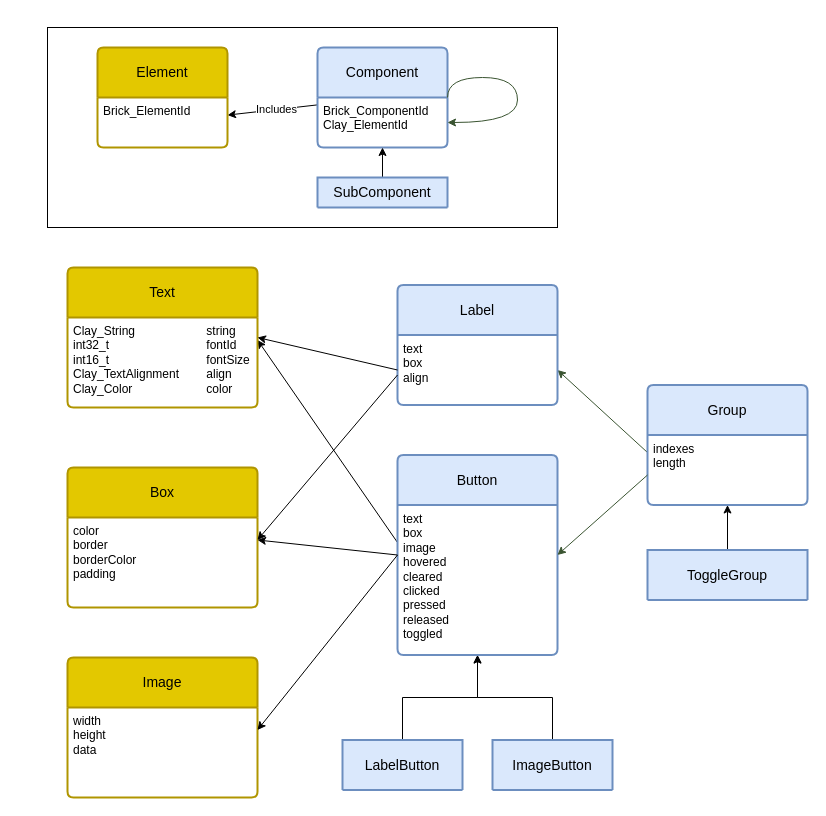
Before: docs/brick_component_diagram.drawio in proc0/brick, a draw.io diagram. Source tidied: cells renumbered, new cells numbered last; positions are measured from the earlier drawing's top-left corner, leaving out a move shared by most shapes. Both pictures are drawn from the tidied source at 100%, with x=0, y=0 at pixel (47, 27).
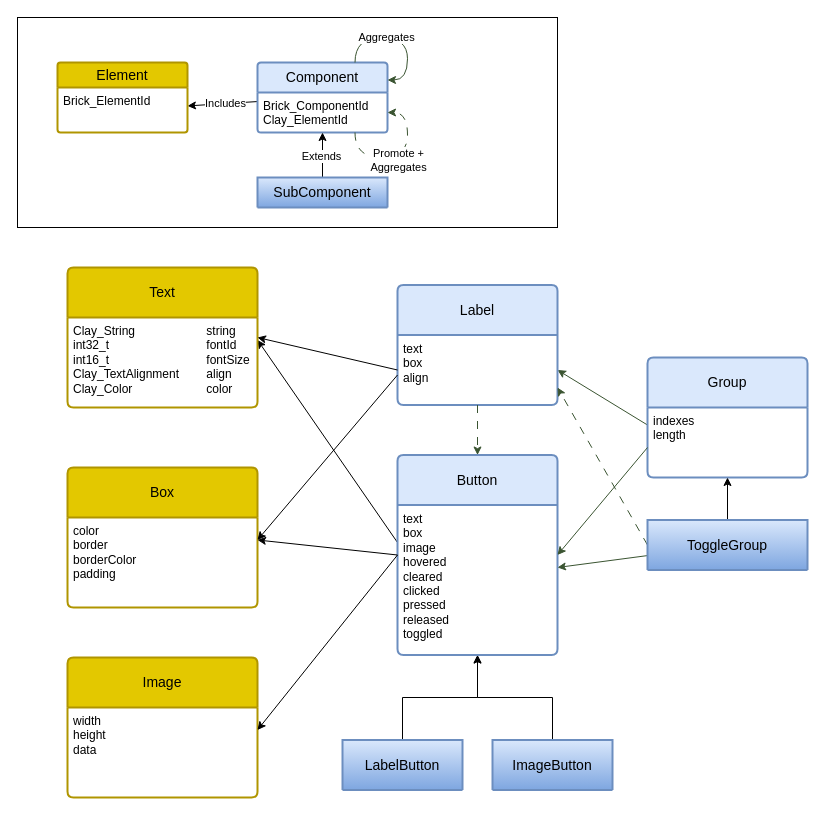
The same diagram, later.

Commit message (it also covers changes not shown here):
adding Text style fields and using them in LayoutText

The change refers to these unchanged cells:
```xml
<mxCell id="12" value="Label" style="swimlane;horizontal=1;startSize=50;rounded=1;fontSize=14;fontStyle=0;strokeWidth=2;shadow=0;dashed=0;align=center;arcSize=4;whiteSpace=wrap;html=1;fillColor=#dae8fc;strokeColor=#6c8ebf;" parent="1" vertex="1">
  <mxGeometry x="350" y="257.5" width="160" height="120" as="geometry" />
</mxCell>
<mxCell id="13" value="text&lt;br&gt;box&lt;br&gt;align" style="align=left;strokeColor=none;fillColor=none;spacingLeft=4;spacingRight=4;fontSize=12;verticalAlign=top;html=1;whiteSpace=wrap;" parent="12" vertex="1">
  <mxGeometry y="50" width="160" height="70" as="geometry" />
</mxCell>
<mxCell id="15" value="Button" style="swimlane;horizontal=1;startSize=50;rounded=1;fontSize=14;fontStyle=0;strokeWidth=2;shadow=0;dashed=0;align=center;arcSize=4;whiteSpace=wrap;html=1;fillColor=#dae8fc;strokeColor=#6c8ebf;" parent="1" vertex="1">
  <mxGeometry x="350" y="427.5" width="160" height="200" as="geometry" />
</mxCell>
<mxCell id="16" value="&lt;div&gt;&lt;span style=&quot;background-color: transparent; color: light-dark(rgb(0, 0, 0), rgb(255, 255, 255));&quot;&gt;text&lt;br&gt;box&lt;br&gt;image&lt;br&gt;hovered&lt;/span&gt;&lt;/div&gt;&lt;div&gt;cleared&lt;/div&gt;&lt;div&gt;clicked&lt;/div&gt;&lt;div&gt;pressed&lt;/div&gt;&lt;div&gt;released&lt;/div&gt;&lt;div&gt;toggled&lt;/div&gt;" style="align=left;strokeColor=none;fillColor=none;spacingLeft=4;spacingRight=4;fontSize=12;verticalAlign=top;html=1;whiteSpace=wrap;" parent="15" vertex="1">
  <mxGeometry y="50" width="160" height="150" as="geometry" />
</mxCell>
<mxCell id="34" style="edgeStyle=orthogonalEdgeStyle;rounded=0;jettySize=auto;html=1;" parent="1" edge="1" source="35" target="6">
  <mxGeometry relative="1" as="geometry" />
</mxCell>
```

The edit, as a diff of the source:
```diff
@@
     <mxCell id="2" style="rounded=0;whiteSpace=wrap;html=1;" parent="1" vertex="1">
-      <mxGeometry width="510" height="200" as="geometry" />
+      <mxGeometry x="-30" y="-10" width="540" height="210" as="geometry" />
     </mxCell>
@@
-    <mxCell id="5" value="Component" style="swimlane;horizontal=1;startSize=50;rounded=1;fontSize=14;fontStyle=0;strokeWidth=2;shadow=0;dashed=0;align=center;arcSize=4;whiteSpace=wrap;html=1;fillColor=#dae8fc;strokeColor=#6c8ebf;" parent="1" vertex="1">
-      <mxGeometry x="270" y="20" width="130" height="100" as="geometry" />
+    <mxCell id="5" value="Component" style="swimlane;horizontal=1;startSize=30;rounded=1;fontSize=14;fontStyle=0;strokeWidth=2;shadow=0;dashed=0;align=center;arcSize=4;whiteSpace=wrap;html=1;fillColor=#dae8fc;strokeColor=#6c8ebf;" parent="1" vertex="1">
+      <mxGeometry x="210" y="35" width="130" height="70" as="geometry" />
     </mxCell>
     <mxCell id="6" value="Brick_ComponentId&lt;div&gt;Clay_ElementId&lt;/div&gt;" style="align=left;strokeColor=none;fillColor=none;spacingLeft=4;spacingRight=4;fontSize=12;verticalAlign=top;html=1;whiteSpace=wrap;" parent="5" vertex="1">
-      <mxGeometry y="50" width="130" height="50" as="geometry" />
+      <mxGeometry y="30" width="130" height="40" as="geometry" />
     </mxCell>
-    <mxCell id="7" style="edgeStyle=orthogonalEdgeStyle;rounded=0;jettySize=auto;html=1;entryX=1;entryY=0.5;entryDx=0;entryDy=0;exitX=1;exitY=0.5;exitDx=0;exitDy=0;curved=1;fillColor=#6d8764;strokeColor=#3A5431;" parent="5" edge="1" source="5" target="6">
-      <mxGeometry relative="1" as="geometry">
-        <Array as="points">
-          <mxPoint x="130" y="30" />
-          <mxPoint x="200" y="30" />
-          <mxPoint x="200" y="75" />
-        </Array>
-      </mxGeometry>
-    </mxCell>
-    <mxCell id="8" value="&lt;div&gt;&lt;br&gt;&lt;/div&gt;" style="edgeLabel;html=1;align=center;verticalAlign=middle;" parent="7" vertex="1">
-      <mxGeometry x="0.16" y="1" relative="1" as="geometry" />
-    </mxCell>
+    <mxCell id="38" style="edgeStyle=orthogonalEdgeStyle;rounded=0;orthogonalLoop=1;jettySize=auto;html=1;entryX=1;entryY=0.5;entryDx=0;entryDy=0;curved=1;exitX=0.75;exitY=1;exitDx=0;exitDy=0;dashed=1;dashPattern=8 8;fillColor=#6d8764;strokeColor=#3A5431;innerLoopWaypoints=1;" parent="5" edge="1" source="6" target="6">
+      <mxGeometry relative="1" as="geometry">
+        <Array as="points">
+          <mxPoint x="97.5" y="95" />
+          <mxPoint x="150" y="95" />
+          <mxPoint x="150" y="50" />
+        </Array>
+      </mxGeometry>
+    </mxCell>
+    <mxCell id="39" value="&lt;span style=&quot;color: light-dark(rgb(0, 0, 0), rgb(157, 179, 149));&quot;&gt;Promote +&lt;br&gt;Aggregates&lt;/span&gt;" style="edgeLabel;html=1;align=center;verticalAlign=middle;" parent="38" vertex="1">
+      <mxGeometry x="-0.04" y="-2" relative="1" as="geometry" />
+    </mxCell>
@@
     <mxCell id="10" value="Group" style="swimlane;horizontal=1;startSize=50;rounded=1;fontSize=14;fontStyle=0;strokeWidth=2;shadow=0;dashed=0;align=center;arcSize=4;whiteSpace=wrap;html=1;fillColor=#dae8fc;strokeColor=#6c8ebf;" parent="1" vertex="1">
-      <mxGeometry x="600" y="357.5" width="160" height="120" as="geometry" />
+      <mxGeometry x="600" y="330" width="160" height="120" as="geometry" />
     </mxCell>
@@
+    <mxCell id="40" style="rounded=0;jettySize=auto;html=1;dashed=1;dashPattern=8 8;fillColor=#6d8764;strokeColor=#3A5431;" parent="1" edge="1" source="12" target="16">
+      <mxGeometry relative="1" as="geometry" />
+    </mxCell>
@@
-    <mxCell id="23" value="Element" style="swimlane;horizontal=1;startSize=50;rounded=1;fontSize=14;fontStyle=0;strokeWidth=2;shadow=0;dashed=0;align=center;arcSize=4;whiteSpace=wrap;html=1;fillColor=#e3c800;strokeColor=#B09500;fontColor=#000000;" parent="1" vertex="1">
-      <mxGeometry x="50" y="20" width="130" height="100" as="geometry" />
+    <mxCell id="23" value="Element" style="swimlane;horizontal=1;startSize=25;rounded=1;fontSize=14;fontStyle=0;strokeWidth=2;shadow=0;dashed=0;align=center;arcSize=4;whiteSpace=wrap;html=1;fillColor=#e3c800;strokeColor=#B09500;fontColor=#000000;" parent="1" vertex="1">
+      <mxGeometry x="10" y="35" width="130" height="70" as="geometry" />
     </mxCell>
     <mxCell id="24" value="Brick_ElementId&lt;div&gt;&lt;br/&gt;&lt;/div&gt;" style="align=left;strokeColor=none;fillColor=none;spacingLeft=4;spacingRight=4;fontSize=12;verticalAlign=top;html=1;whiteSpace=wrap;" parent="23" vertex="1">
-      <mxGeometry y="50" width="130" height="50" as="geometry" />
+      <mxGeometry y="25" width="130" height="45" as="geometry" />
     </mxCell>
@@
-    <mxCell id="30" value="ImageButton" style="swimlane;horizontal=1;startSize=50;rounded=1;fontSize=14;fontStyle=0;strokeWidth=2;shadow=0;dashed=0;align=center;arcSize=4;whiteSpace=wrap;html=1;fillColor=#dae8fc;strokeColor=#6c8ebf;" parent="1" vertex="1">
+    <mxCell id="30" value="ImageButton" style="swimlane;horizontal=1;startSize=50;rounded=1;fontSize=14;fontStyle=0;strokeWidth=2;shadow=0;dashed=0;align=center;arcSize=4;whiteSpace=wrap;html=1;fillColor=#dae8fc;strokeColor=#6c8ebf;gradientColor=#7ea6e0;" parent="1" vertex="1">
       <mxGeometry x="445" y="712.5" width="120" height="50" as="geometry" />
     </mxCell>
@@
-    <mxCell id="33" value="LabelButton" style="swimlane;horizontal=1;startSize=50;rounded=1;fontSize=14;fontStyle=0;strokeWidth=2;shadow=0;dashed=0;align=center;arcSize=4;whiteSpace=wrap;html=1;fillColor=#dae8fc;strokeColor=#6c8ebf;" parent="1" vertex="1">
+    <mxCell id="33" value="LabelButton" style="swimlane;horizontal=1;startSize=50;rounded=1;fontSize=14;fontStyle=0;strokeWidth=2;shadow=0;dashed=0;align=center;arcSize=4;whiteSpace=wrap;html=1;fillColor=#dae8fc;strokeColor=#6c8ebf;gradientColor=#7ea6e0;" parent="1" vertex="1">
       <mxGeometry x="295" y="712.5" width="120" height="50" as="geometry" />
     </mxCell>
@@
+    <mxCell id="41" value="Extends" style="edgeLabel;html=1;align=center;verticalAlign=middle;" parent="34" vertex="1">
+      <mxGeometry x="-0.04" y="2" relative="1" as="geometry" />
+    </mxCell>
-    <mxCell id="35" value="SubComponent" style="swimlane;horizontal=1;startSize=50;rounded=1;fontSize=14;fontStyle=0;strokeWidth=2;shadow=0;dashed=0;align=center;arcSize=4;whiteSpace=wrap;html=1;fillColor=#dae8fc;strokeColor=#6c8ebf;" parent="1" vertex="1">
-      <mxGeometry x="270" y="150" width="130" height="30" as="geometry" />
+    <mxCell id="35" value="SubComponent" style="swimlane;horizontal=1;startSize=50;rounded=1;fontSize=14;fontStyle=0;strokeWidth=2;shadow=0;dashed=0;align=center;arcSize=4;whiteSpace=wrap;html=1;fillColor=#dae8fc;strokeColor=#6c8ebf;gradientColor=#7ea6e0;" parent="1" vertex="1">
+      <mxGeometry x="210" y="150" width="130" height="30" as="geometry" />
     </mxCell>
@@
+    <mxCell id="42" style="rounded=0;jettySize=auto;html=1;fillColor=#6d8764;strokeColor=#3A5431;" parent="1" edge="1" source="37">
+      <mxGeometry relative="1" as="geometry">
+        <mxPoint x="510" y="540" as="targetPoint" />
+      </mxGeometry>
+    </mxCell>
+    <mxCell id="43" style="rounded=0;jettySize=auto;html=1;entryX=1;entryY=0.75;entryDx=0;entryDy=0;fillColor=#6d8764;strokeColor=#3A5431;dashed=1;dashPattern=8 8;exitX=0;exitY=0.5;exitDx=0;exitDy=0;" parent="1" edge="1" source="37" target="13">
+      <mxGeometry relative="1" as="geometry" />
+    </mxCell>
-    <mxCell id="37" value="ToggleGroup" style="swimlane;horizontal=1;startSize=50;rounded=1;fontSize=14;fontStyle=0;strokeWidth=2;shadow=0;dashed=0;align=center;arcSize=4;whiteSpace=wrap;html=1;fillColor=#dae8fc;strokeColor=#6c8ebf;" parent="1" vertex="1">
-      <mxGeometry x="600" y="522.5" width="160" height="50" as="geometry" />
+    <mxCell id="37" value="ToggleGroup" style="swimlane;horizontal=1;startSize=50;rounded=1;fontSize=14;fontStyle=0;strokeWidth=2;shadow=0;dashed=0;align=center;arcSize=4;whiteSpace=wrap;html=1;fillColor=#dae8fc;strokeColor=#6c8ebf;gradientColor=#7ea6e0;" parent="1" vertex="1">
+      <mxGeometry x="600" y="492.5" width="160" height="50" as="geometry" />
     </mxCell>
+    <mxCell id="44" style="edgeStyle=orthogonalEdgeStyle;rounded=0;jettySize=auto;html=1;entryX=0.5;entryY=0;entryDx=0;entryDy=0;dashed=1;dashPattern=8 8;fillColor=#6d8764;strokeColor=#3A5431;" parent="1" edge="1" source="13" target="15">
+      <mxGeometry relative="1" as="geometry" />
+    </mxCell>
+    <mxCell id="7" style="edgeStyle=orthogonalEdgeStyle;rounded=0;orthogonalLoop=1;jettySize=auto;html=1;entryX=1;entryY=0.25;entryDx=0;entryDy=0;exitX=0.75;exitY=0;exitDx=0;exitDy=0;curved=1;fillColor=#6d8764;strokeColor=#3A5431;innerLoopWaypoints=1;" parent="1" edge="1" source="5" target="5">
+      <mxGeometry relative="1" as="geometry">
+        <Array as="points">
+          <mxPoint x="307.5" y="10" />
+          <mxPoint x="360" y="10" />
+          <mxPoint x="360" y="52.5" />
+        </Array>
+      </mxGeometry>
+    </mxCell>
+    <mxCell id="8" value="&lt;div&gt;&lt;br&gt;&lt;/div&gt;" style="edgeLabel;html=1;align=center;verticalAlign=middle;" parent="7" vertex="1">
+      <mxGeometry x="0.16" y="1" relative="1" as="geometry" />
+    </mxCell>
+    <mxCell id="45" value="&lt;span style=&quot;color: light-dark(rgb(0, 0, 0), rgb(157, 179, 149));&quot;&gt;Aggregates&lt;/span&gt;" style="edgeLabel;html=1;align=center;verticalAlign=middle;" parent="7" vertex="1">
+      <mxGeometry x="-0.2" y="1" relative="1" as="geometry" />
+    </mxCell>
```
